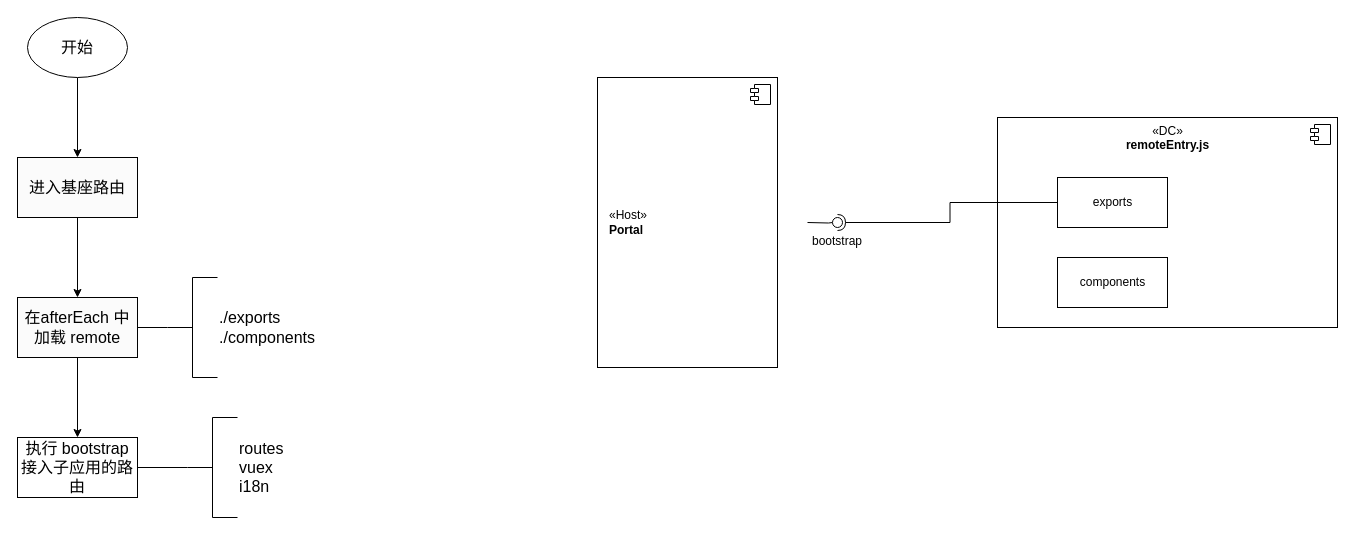
Before: page "预加载子应用" (2 of 2) of microFrontend/component.drawio in zhuoooo/doodles, a draw.io diagram. Source tidied: cells renumbered, new cells numbered last; positions are measured from the earlier drawing's top-left corner, leaving out a move shared by most shapes. Both pictures are drawn from the tidied source at 100%, with x=0, y=0 at pixel (17, 17).
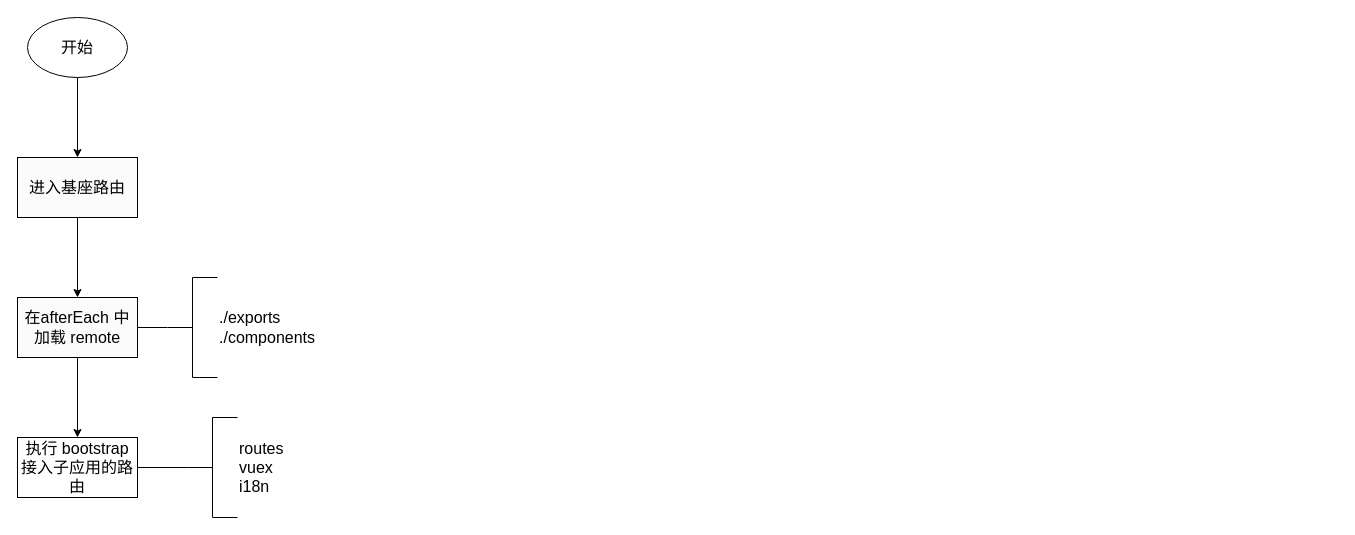
The same page after the edit.

The edit, as a diff of the source:
```diff
@@
-    <mxCell id="2" value="«Host»&lt;br&gt;&lt;b&gt;Portal&lt;/b&gt;" style="html=1;align=left;spacingLeft=10;" parent="1" vertex="1">
-      <mxGeometry x="580" y="60" width="180" height="290" as="geometry" />
-    </mxCell>
-    <mxCell id="3" style="shape=module;jettyWidth=8;jettyHeight=4;" parent="2" vertex="1">
-      <mxGeometry x="1" width="20" height="20" relative="1" as="geometry">
-        <mxPoint x="-27" y="7" as="offset" />
-      </mxGeometry>
-    </mxCell>
-    <mxCell id="4" value="«DC»&lt;br&gt;&lt;b&gt;remoteEntry.js&lt;/b&gt;" style="html=1;verticalAlign=top;" parent="1" vertex="1">
-      <mxGeometry x="980" y="100" width="340" height="210" as="geometry" />
-    </mxCell>
-    <mxCell id="5" style="shape=module;jettyWidth=8;jettyHeight=4;" parent="4" vertex="1">
-      <mxGeometry x="1" width="20" height="20" relative="1" as="geometry">
-        <mxPoint x="-27" y="7" as="offset" />
-      </mxGeometry>
-    </mxCell>
-    <mxCell id="6" style="rounded=0;jettySize=auto;html=1;endArrow=none;endFill=0;sketch=0;sourcePerimeterSpacing=0;targetPerimeterSpacing=0;edgeStyle=orthogonalEdgeStyle;" parent="1" edge="1" target="8">
-      <mxGeometry relative="1" as="geometry">
-        <mxPoint x="790" y="205" as="sourcePoint" />
-      </mxGeometry>
-    </mxCell>
-    <mxCell id="7" style="rounded=0;jettySize=auto;html=1;endArrow=halfCircle;endFill=0;entryX=0.5;entryY=0.5;endSize=6;strokeWidth=1;sketch=0;edgeStyle=orthogonalEdgeStyle;" parent="1" edge="1" source="9" target="8">
-      <mxGeometry relative="1" as="geometry" />
-    </mxCell>
-    <mxCell id="8" value="bootstrap" style="ellipse;whiteSpace=wrap;html=1;align=center;points=[];outlineConnect=0;sketch=0;verticalAlign=top;labelPosition=center;verticalLabelPosition=bottom;" parent="1" vertex="1">
-      <mxGeometry x="815" y="200" width="10" height="10" as="geometry" />
-    </mxCell>
-    <mxCell id="9" value="exports" style="html=1;" parent="1" vertex="1">
-      <mxGeometry x="1040" y="160" width="110" height="50" as="geometry" />
-    </mxCell>
-    <mxCell id="10" value="components" style="html=1;" parent="1" vertex="1">
-      <mxGeometry x="1040" y="240" width="110" height="50" as="geometry" />
-    </mxCell>
```
